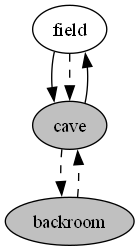
nadflop/text-adventure keeps this Graphviz diagram as map.png. Above is the earlier version. Its source is kept beside it as map.gv.
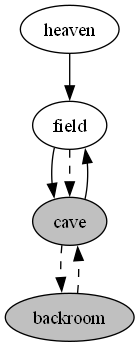
The same diagram one commit later.

What changed in the source:
```diff
@@ -1,5 +1,6 @@
 digraph map {
 	node [style=filled]
+	heaven -> field
 	field -> cave
 	field -> cave[style=dashed]
 	cave -> field
@@ -7,5 +8,6 @@
 	backroom -> cave[style=dashed]
 	backroom [fillcolor=grey]
 	field [fillcolor=white]
+	heaven [fillcolor=white]
 	cave [fillcolor=grey]
 }
```
